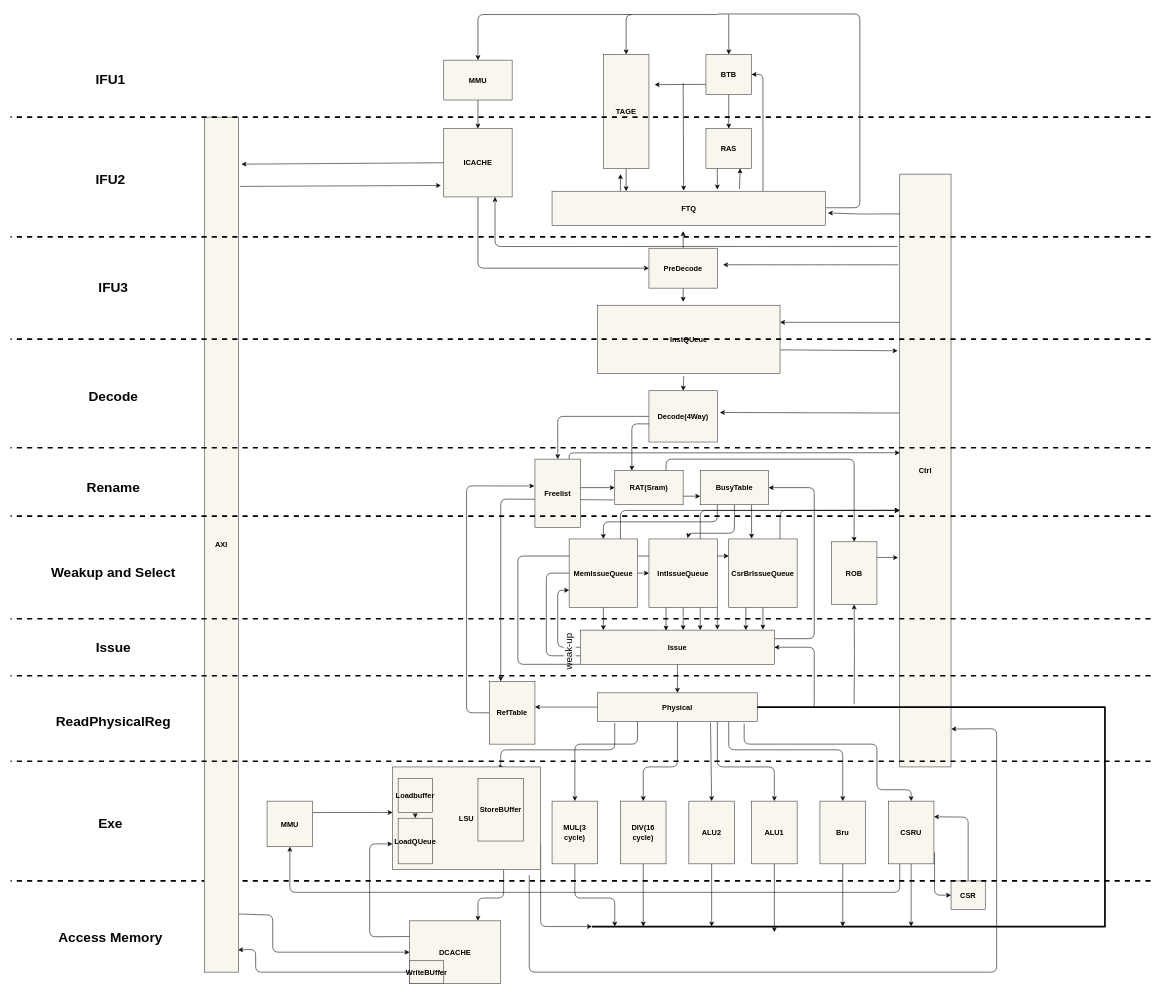
Above: doc/picture/Arch.dio in xunqianxun/LongArch-liguoqi-CPU (draw.io), before the change. Source tidied: cells renumbered, new cells numbered last; positions are measured from the earlier drawing's top-left corner, leaving out a move shared by most shapes. Both pictures are drawn from the tidied source at 57%, with x=0, y=0 at pixel (10, 14).
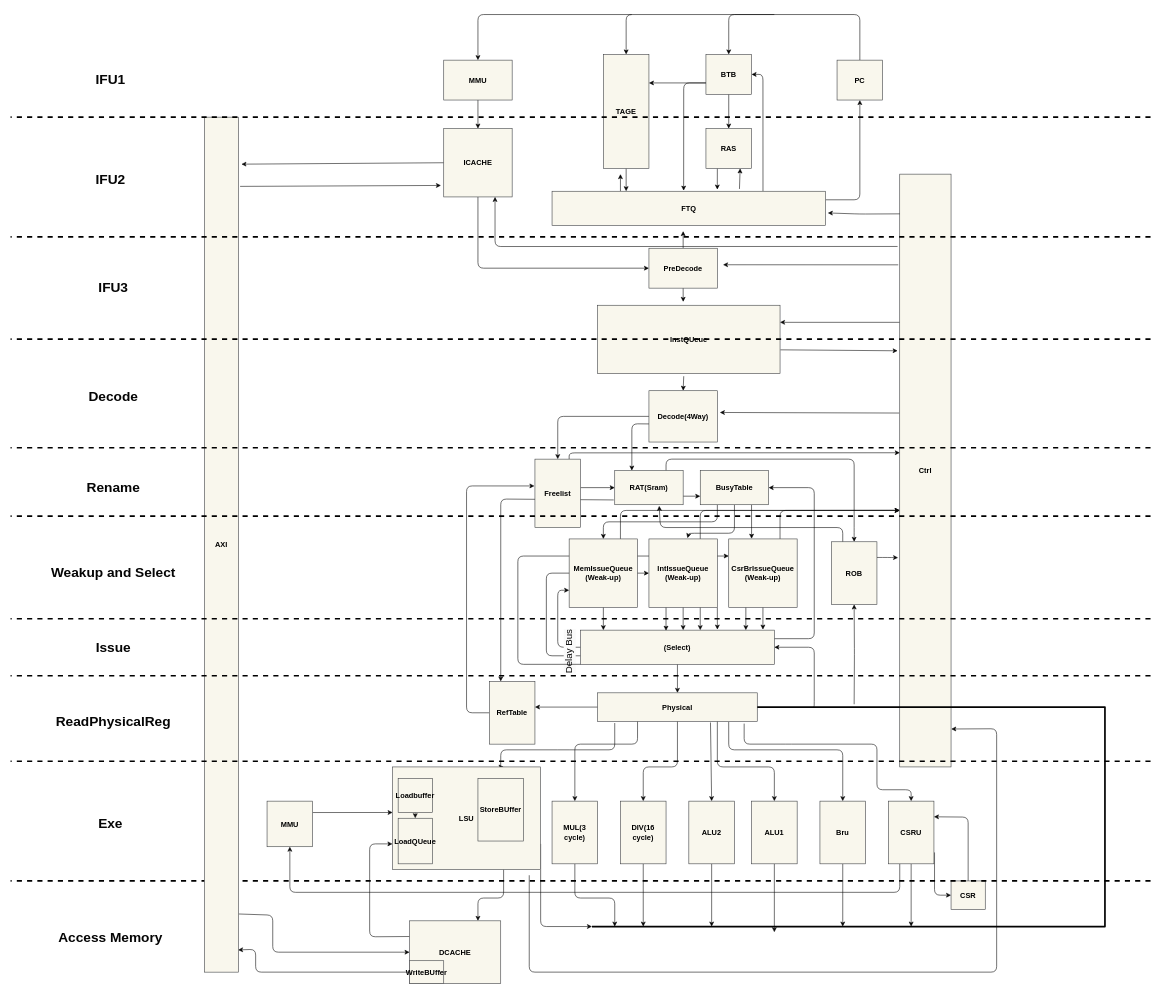
The same page after the edit.

The change refers to these unchanged cells:
```xml
<mxCell id="14" value="&lt;b&gt;&lt;font color=&quot;#000000&quot; style=&quot;font-size: 13px;&quot;&gt;FTQ&lt;/font&gt;&lt;/b&gt;" style="whiteSpace=wrap;html=1;fillColor=#f9f7ed;strokeColor=#36393d;" parent="1" vertex="1">
  <mxGeometry x="950" y="311" width="480" height="60" as="geometry" />
</mxCell>
<mxCell id="16" value="&lt;b&gt;&lt;font color=&quot;#000000&quot; style=&quot;font-size: 13px;&quot;&gt;TAGE&lt;/font&gt;&lt;/b&gt;" style="whiteSpace=wrap;html=1;fillColor=#f9f7ed;strokeColor=#36393d;" parent="1" vertex="1">
  <mxGeometry x="1040" y="71" width="80" height="200" as="geometry" />
</mxCell>
<mxCell id="22" value="&lt;b&gt;&lt;font color=&quot;#000000&quot; style=&quot;font-size: 13px;&quot;&gt;BTB&lt;/font&gt;&lt;/b&gt;" style="whiteSpace=wrap;html=1;fillColor=#f9f7ed;strokeColor=#36393d;" parent="1" vertex="1">
  <mxGeometry x="1220" y="71" width="80" height="70" as="geometry" />
</mxCell>
<mxCell id="36" style="edgeStyle=none;html=1;exitX=0;exitY=0.75;exitDx=0;exitDy=0;entryX=0;entryY=0.5;entryDx=0;entryDy=0;strokeColor=#030303;strokeWidth=1;fontSize=13;fontColor=#000000;" parent="1" edge="1" source="42" target="62">
  <mxGeometry relative="1" as="geometry">
    <Array as="points">
      <mxPoint x="940" y="1126" />
      <mxPoint x="940" y="981" />
    </Array>
  </mxGeometry>
</mxCell>
<mxCell id="49" value="&lt;b&gt;&lt;font color=&quot;#000000&quot; style=&quot;font-size: 13px;&quot;&gt;RAT(Sram)&lt;/font&gt;&lt;/b&gt;" style="whiteSpace=wrap;html=1;fillColor=#f9f7ed;strokeColor=#36393d;" parent="1" vertex="1">
  <mxGeometry x="1060" y="801" width="120" height="60" as="geometry" />
</mxCell>
<mxCell id="83" value="&lt;b style=&quot;color: rgb(0, 0, 0); font-size: 13px;&quot;&gt;ROB&lt;/b&gt;" style="whiteSpace=wrap;html=1;fillColor=#f9f7ed;strokeColor=#36393d;" parent="1" vertex="1">
  <mxGeometry x="1440" y="926" width="80" height="110" as="geometry" />
</mxCell>
```

Diff of the diagram source:
```diff
@@
-    <mxCell id="11" style="edgeStyle=orthogonalEdgeStyle;html=1;exitX=1;exitY=0.5;exitDx=0;exitDy=0;strokeColor=#030303;strokeWidth=1;fontSize=13;fontColor=#000000;entryX=0.5;entryY=0;entryDx=0;entryDy=0;" parent="1" edge="1" target="16">
+    <mxCell id="11" style="edgeStyle=orthogonalEdgeStyle;html=1;exitX=0.5;exitY=0;exitDx=0;exitDy=0;strokeColor=#030303;strokeWidth=1;fontSize=13;fontColor=#000000;entryX=0.5;entryY=0;entryDx=0;entryDy=0;startArrow=none;" parent="1" edge="1" source="139" target="16">
       <mxGeometry relative="1" as="geometry">
-        <mxPoint x="1430" y="340" as="sourcePoint" />
         <Array as="points">
-          <mxPoint x="1490" y="340" />
-          <mxPoint x="1490" />
-          <mxPoint x="1240" />
-          <mxPoint x="1240" y="1" />
+          <mxPoint x="1490" y="1" />
           <mxPoint x="1080" y="1" />
         </Array>
       </mxGeometry>
     </mxCell>
@@
+    <mxCell id="137" style="edgeStyle=none;html=1;exitX=1;exitY=0.25;exitDx=0;exitDy=0;entryX=0.5;entryY=1;entryDx=0;entryDy=0;strokeColor=#050505;" parent="1" edge="1" source="14" target="139">
+      <mxGeometry relative="1" as="geometry">
+        <Array as="points">
+          <mxPoint x="1490" y="326" />
+        </Array>
+      </mxGeometry>
+    </mxCell>
@@
-    <mxCell id="21" style="edgeStyle=none;html=1;exitX=0;exitY=0.75;exitDx=0;exitDy=0;strokeColor=#030303;fontSize=13;fontColor=#000000;" parent="1" edge="1" source="22">
+    <mxCell id="21" style="edgeStyle=none;html=1;strokeColor=#030303;fontSize=13;fontColor=#000000;entryX=1;entryY=0.25;entryDx=0;entryDy=0;" parent="1" edge="1" target="16">
       <mxGeometry relative="1" as="geometry">
-        <mxPoint x="1130" y="124" as="targetPoint" />
+        <mxPoint x="1220" y="121" as="sourcePoint" />
       </mxGeometry>
     </mxCell>
@@
     <mxCell id="23" style="edgeStyle=none;html=1;strokeColor=#030303;fontSize=13;fontColor=#000000;entryX=0.481;entryY=-0.017;entryDx=0;entryDy=0;entryPerimeter=0;" parent="1" edge="1" target="14">
       <mxGeometry relative="1" as="geometry">
-        <mxPoint x="1180" y="121" as="sourcePoint" />
+        <mxPoint x="1220" y="121" as="sourcePoint" />
+        <Array as="points">
+          <mxPoint x="1181" y="121" />
+        </Array>
       </mxGeometry>
     </mxCell>
     <mxCell id="24" style="edgeStyle=none;html=1;strokeColor=#030303;fontSize=13;fontColor=#000000;entryX=0.5;entryY=0;entryDx=0;entryDy=0;" parent="1" edge="1" target="22">
       <mxGeometry relative="1" as="geometry">
-        <mxPoint x="1260" y="1" as="sourcePoint" />
+        <mxPoint x="1340" y="1" as="sourcePoint" />
+        <Array as="points">
+          <mxPoint x="1260" y="1" />
+        </Array>
       </mxGeometry>
     </mxCell>
@@
-    <mxCell id="37" value="weak-up" style="edgeLabel;html=1;align=center;verticalAlign=middle;fontColor=#050505;labelBackgroundColor=#fafafa;rotation=-90;fontSize=17;" parent="36" vertex="1">
+    <mxCell id="37" value="Delay Bus" style="edgeLabel;html=1;align=center;verticalAlign=middle;fontColor=#050505;labelBackgroundColor=#fafafa;rotation=-90;fontSize=17;" parent="36" vertex="1">
       <mxGeometry x="-0.4" y="-1" relative="1" as="geometry">
         <mxPoint x="39" y="50" as="offset" />
       </mxGeometry>
     </mxCell>
@@
-    <mxCell id="42" value="&lt;b style=&quot;color: rgb(0, 0, 0); font-size: 13px;&quot;&gt;Issue&lt;/b&gt;" style="whiteSpace=wrap;html=1;fillColor=#f9f7ed;strokeColor=#36393d;" parent="1" vertex="1">
+    <mxCell id="42" value="&lt;b style=&quot;color: rgb(0, 0, 0); font-size: 13px;&quot;&gt;(Select)&lt;/b&gt;" style="whiteSpace=wrap;html=1;fillColor=#f9f7ed;strokeColor=#36393d;" parent="1" vertex="1">
       <mxGeometry x="1000" y="1081" width="340" height="60" as="geometry" />
     </mxCell>
@@
-    <mxCell id="45" value="&lt;b&gt;&lt;font style=&quot;font-size: 13px;&quot; color=&quot;#000000&quot;&gt;MemIssueQueue&lt;/font&gt;&lt;/b&gt;" style="whiteSpace=wrap;html=1;fillColor=#f9f7ed;strokeColor=#36393d;" parent="1" vertex="1">
+    <mxCell id="45" value="&lt;b&gt;&lt;font style=&quot;font-size: 13px;&quot; color=&quot;#000000&quot;&gt;MemIssueQueue&lt;br&gt;(Weak-up)&lt;/font&gt;&lt;/b&gt;" style="whiteSpace=wrap;html=1;fillColor=#f9f7ed;strokeColor=#36393d;" parent="1" vertex="1">
       <mxGeometry x="980" y="921" width="120" height="120" as="geometry" />
     </mxCell>
@@
-    <mxCell id="56" value="&lt;b&gt;&lt;font style=&quot;font-size: 13px;&quot; color=&quot;#000000&quot;&gt;CsrBrIssueQueue&lt;/font&gt;&lt;/b&gt;" style="whiteSpace=wrap;html=1;fillColor=#f9f7ed;strokeColor=#36393d;" parent="1" vertex="1">
+    <mxCell id="56" value="&lt;b&gt;&lt;font style=&quot;font-size: 13px;&quot; color=&quot;#000000&quot;&gt;CsrBrIssueQueue&lt;br&gt;&lt;/font&gt;&lt;/b&gt;&lt;b&gt;&lt;font style=&quot;font-size: 13px;&quot; color=&quot;#000000&quot;&gt;(Weak-up)&lt;/font&gt;&lt;/b&gt;&lt;b&gt;&lt;font style=&quot;font-size: 13px;&quot; color=&quot;#000000&quot;&gt;&lt;br&gt;&lt;/font&gt;&lt;/b&gt;" style="whiteSpace=wrap;html=1;fillColor=#f9f7ed;strokeColor=#36393d;" parent="1" vertex="1">
       <mxGeometry x="1260" y="921" width="120" height="120" as="geometry" />
     </mxCell>
@@
-    <mxCell id="62" value="&lt;b&gt;&lt;font style=&quot;font-size: 13px;&quot; color=&quot;#000000&quot;&gt;IntIssueQueue&lt;/font&gt;&lt;/b&gt;" style="whiteSpace=wrap;html=1;fillColor=#f9f7ed;strokeColor=#36393d;" parent="1" vertex="1">
+    <mxCell id="62" value="&lt;b&gt;&lt;font style=&quot;font-size: 13px;&quot; color=&quot;#000000&quot;&gt;IntIssueQueue&lt;br&gt;&lt;/font&gt;&lt;/b&gt;&lt;b&gt;&lt;font style=&quot;font-size: 13px;&quot; color=&quot;#000000&quot;&gt;(Weak-up)&lt;/font&gt;&lt;/b&gt;&lt;b&gt;&lt;font style=&quot;font-size: 13px;&quot; color=&quot;#000000&quot;&gt;&lt;br&gt;&lt;/font&gt;&lt;/b&gt;" style="whiteSpace=wrap;html=1;fillColor=#f9f7ed;strokeColor=#36393d;" parent="1" vertex="1">
       <mxGeometry x="1120" y="921" width="120" height="120" as="geometry" />
     </mxCell>
@@
+    <mxCell id="138" style="edgeStyle=none;html=1;exitX=0.25;exitY=0;exitDx=0;exitDy=0;entryX=0.65;entryY=1.033;entryDx=0;entryDy=0;entryPerimeter=0;strokeColor=#050505;" parent="1" edge="1" source="83" target="49">
+      <mxGeometry relative="1" as="geometry">
+        <Array as="points">
+          <mxPoint x="1460" y="901" />
+          <mxPoint x="1140" y="901" />
+        </Array>
+      </mxGeometry>
+    </mxCell>
@@
+    <mxCell id="139" value="&lt;b&gt;&lt;font color=&quot;#000000&quot; style=&quot;font-size: 13px;&quot;&gt;PC&lt;/font&gt;&lt;/b&gt;" style="whiteSpace=wrap;html=1;fillColor=#f9f7ed;strokeColor=#36393d;" parent="1" vertex="1">
+      <mxGeometry x="1450" y="81" width="80" height="70" as="geometry" />
+    </mxCell>
```
